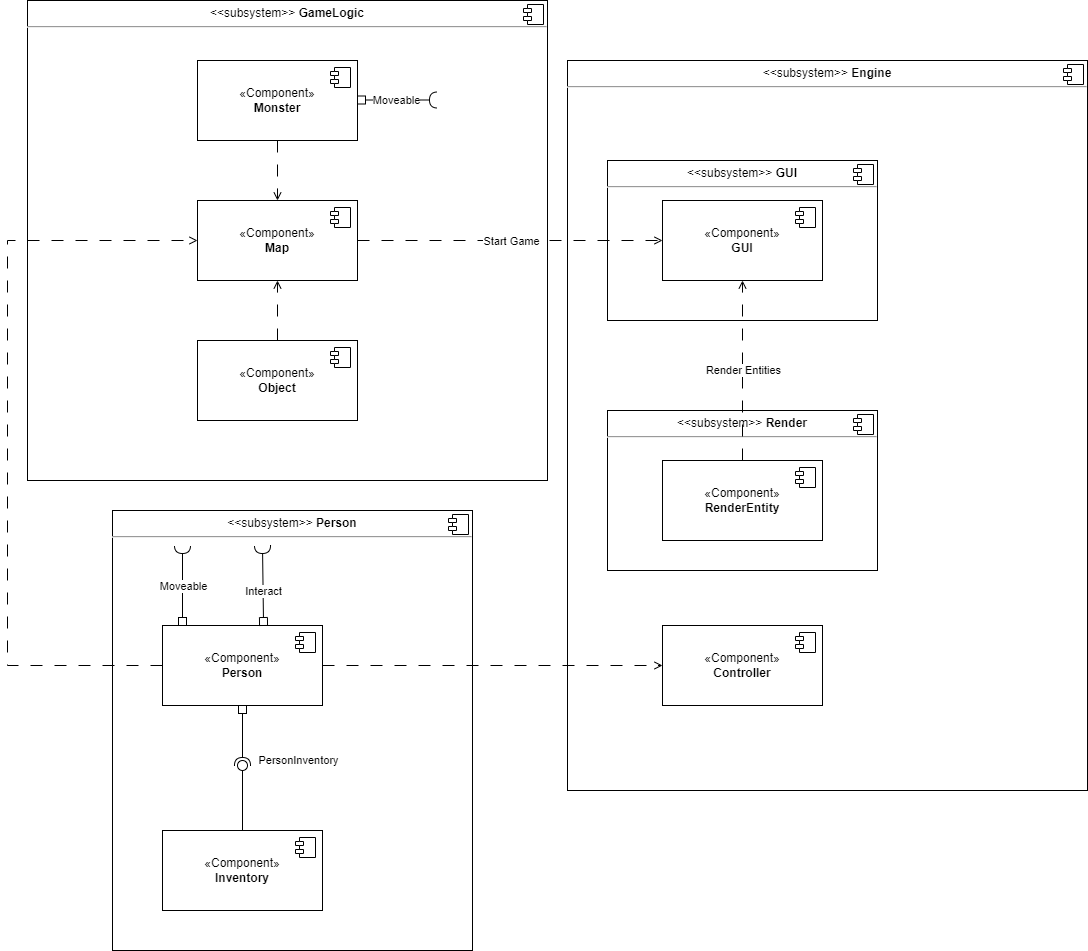
Earlier version of the draw.io export img/Roguelike-comp-diag.drawio.png (DaniilBel/Roguelike). Source tidied: cells renumbered, new cells last; positions are measured from the earlier drawing's top-left corner, leaving out a move shared by most shapes.
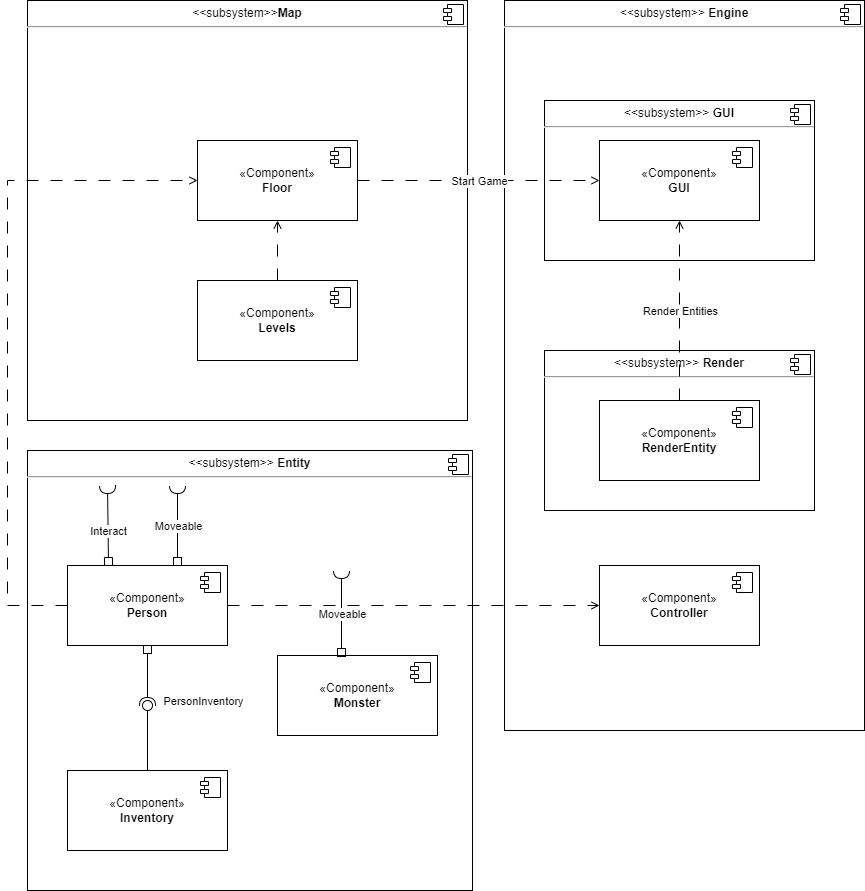
Later version of the same file.

Change to the diagram source:
```diff
@@ -3,23 +3,23 @@
     <mxCell id="0" />
     <mxCell id="1" parent="0" />
     <mxCell id="2" value="&lt;p style=&quot;margin:0px;margin-top:6px;text-align:center;&quot;&gt;&amp;lt;&amp;lt;subsystem&amp;gt;&amp;gt;&lt;b&gt;&amp;nbsp;Engine&lt;/b&gt;&lt;/p&gt;&lt;hr&gt;&lt;p style=&quot;margin:0px;margin-left:8px;&quot;&gt;&lt;br&gt;&lt;/p&gt;" style="align=left;overflow=fill;html=1;whiteSpace=wrap;" parent="1" vertex="1">
-      <mxGeometry x="560" y="60" width="520" height="730" as="geometry" />
+      <mxGeometry x="497" y="60" width="360" height="730" as="geometry" />
     </mxCell>
     <mxCell id="3" style="shape=component;jettyWidth=8;jettyHeight=4;" parent="2" vertex="1">
       <mxGeometry x="1" width="20" height="20" relative="1" as="geometry">
         <mxPoint x="-24" y="4" as="offset" />
       </mxGeometry>
     </mxCell>
-    <mxCell id="4" value="&lt;p style=&quot;margin:0px;margin-top:6px;text-align:center;&quot;&gt;&amp;lt;&amp;lt;subsystem&amp;gt;&amp;gt;&lt;b&gt; GameLogic&lt;/b&gt;&lt;/p&gt;&lt;hr&gt;&lt;p style=&quot;margin:0px;margin-left:8px;&quot;&gt;&lt;br&gt;&lt;/p&gt;" style="align=left;overflow=fill;html=1;whiteSpace=wrap;" parent="1" vertex="1">
-      <mxGeometry x="20" width="520" height="480" as="geometry" />
+    <mxCell id="4" value="&lt;p style=&quot;margin:0px;margin-top:6px;text-align:center;&quot;&gt;&amp;lt;&amp;lt;subsystem&amp;gt;&amp;gt;&lt;b&gt;Map&lt;/b&gt;&lt;/p&gt;&lt;hr&gt;&lt;p style=&quot;margin:0px;margin-left:8px;&quot;&gt;&lt;br&gt;&lt;/p&gt;" style="align=left;overflow=fill;html=1;whiteSpace=wrap;" parent="1" vertex="1">
+      <mxGeometry x="20" y="60" width="440" height="420" as="geometry" />
     </mxCell>
     <mxCell id="5" style="shape=component;jettyWidth=8;jettyHeight=4;" parent="4" vertex="1">
       <mxGeometry x="1" width="20" height="20" relative="1" as="geometry">
         <mxPoint x="-24" y="4" as="offset" />
       </mxGeometry>
     </mxCell>
-    <mxCell id="6" value="&lt;p style=&quot;margin:0px;margin-top:6px;text-align:center;&quot;&gt;&amp;lt;&amp;lt;subsystem&amp;gt;&amp;gt;&lt;b&gt;&amp;nbsp;Person&lt;/b&gt;&lt;/p&gt;&lt;hr&gt;&lt;p style=&quot;margin:0px;margin-left:8px;&quot;&gt;&lt;br&gt;&lt;/p&gt;" style="align=left;overflow=fill;html=1;whiteSpace=wrap;" parent="1" vertex="1">
-      <mxGeometry x="105" y="510" width="360" height="440" as="geometry" />
+    <mxCell id="6" value="&lt;p style=&quot;margin:0px;margin-top:6px;text-align:center;&quot;&gt;&amp;lt;&amp;lt;subsystem&amp;gt;&amp;gt;&lt;b&gt;&amp;nbsp;Entity&lt;/b&gt;&lt;/p&gt;&lt;hr&gt;&lt;p style=&quot;margin:0px;margin-left:8px;&quot;&gt;&lt;br&gt;&lt;/p&gt;" style="align=left;overflow=fill;html=1;whiteSpace=wrap;" parent="1" vertex="1">
+      <mxGeometry x="20" y="510" width="445" height="440" as="geometry" />
     </mxCell>
     <mxCell id="7" style="shape=component;jettyWidth=8;jettyHeight=4;" parent="6" vertex="1">
       <mxGeometry x="1" width="20" height="20" relative="1" as="geometry">
@@ -27,7 +27,7 @@
       </mxGeometry>
     </mxCell>
     <mxCell id="8" value="&lt;p style=&quot;margin:0px;margin-top:6px;text-align:center;&quot;&gt;&amp;lt;&amp;lt;subsystem&amp;gt;&amp;gt;&lt;b&gt; GUI&lt;/b&gt;&lt;/p&gt;&lt;hr&gt;&lt;p style=&quot;margin:0px;margin-left:8px;&quot;&gt;&lt;br&gt;&lt;/p&gt;" style="align=left;overflow=fill;html=1;whiteSpace=wrap;" parent="1" vertex="1">
-      <mxGeometry x="600" y="160" width="270" height="160" as="geometry" />
+      <mxGeometry x="537" y="160" width="270" height="160" as="geometry" />
     </mxCell>
     <mxCell id="9" style="shape=component;jettyWidth=8;jettyHeight=4;" parent="8" vertex="1">
       <mxGeometry x="1" width="20" height="20" relative="1" as="geometry">
@@ -35,34 +35,15 @@
       </mxGeometry>
     </mxCell>
     <mxCell id="10" style="group;" parent="1" vertex="1">
-      <mxGeometry x="145" y="545" width="170" height="170" as="geometry" />
+      <mxGeometry x="70" y="545" width="170" height="170" as="geometry" />
     </mxCell>
-    <mxCell id="11" value="«Component»&lt;br&gt;&lt;b&gt;Person&lt;/b&gt;" style="html=1;whiteSpace=wrap;" parent="10" vertex="1">
-      <mxGeometry x="10" y="80" width="160" height="80" as="geometry" />
-    </mxCell>
-    <mxCell id="12" style="shape=module;jettyWidth=8;jettyHeight=4;" parent="11" vertex="1">
-      <mxGeometry x="1" width="20" height="20" relative="1" as="geometry">
-        <mxPoint x="-27" y="7" as="offset" />
-      </mxGeometry>
-    </mxCell>
-    <mxCell id="13" style="rounded=0;orthogonalLoop=1;jettySize=auto;html=1;endArrow=halfCircle;endFill=0;endSize=6;strokeWidth=1;sketch=0;fontSize=12;curved=1;exitX=0.5;exitY=0;exitDx=0;exitDy=0;startArrow=box;startFill=0;" parent="10" edge="1">
-      <mxGeometry relative="1" as="geometry">
-        <mxPoint x="30" y="80" as="sourcePoint" />
-        <mxPoint x="30" as="targetPoint" />
-      </mxGeometry>
-    </mxCell>
-    <mxCell id="14" value="Moveable" style="edgeLabel;html=1;align=center;verticalAlign=middle;" parent="13" vertex="1">
-      <mxGeometry x="0.12" y="-2" relative="1" as="geometry">
-        <mxPoint x="-2" y="5" as="offset" />
-      </mxGeometry>
-    </mxCell>
     <mxCell id="15" style="ellipse;whiteSpace=wrap;html=1;align=center;fillColor=none;strokeColor=none;perimeter=centerPerimeter;" parent="10" vertex="1">
       <mxGeometry y="160" width="10" height="10" as="geometry" />
     </mxCell>
     <mxCell id="16" style="rounded=0;orthogonalLoop=1;jettySize=auto;html=1;endArrow=halfCircle;endFill=0;endSize=6;strokeWidth=1;sketch=0;fontSize=12;curved=1;exitX=0.794;exitY=0.025;exitDx=0;exitDy=0;startArrow=box;startFill=0;exitPerimeter=0;" parent="10" edge="1">
       <mxGeometry relative="1" as="geometry">
-        <mxPoint x="111" y="80" as="sourcePoint" />
-        <mxPoint x="110" as="targetPoint" />
+        <mxPoint x="31" y="80" as="sourcePoint" />
+        <mxPoint x="30" as="targetPoint" />
       </mxGeometry>
     </mxCell>
     <mxCell id="17" value="Interact" style="edgeLabel;html=1;align=center;verticalAlign=middle;" parent="16" vertex="1">
@@ -70,7 +51,18 @@
         <mxPoint y="11" as="offset" />
       </mxGeometry>
     </mxCell>
+    <mxCell id="13" style="rounded=0;orthogonalLoop=1;jettySize=auto;html=1;endArrow=halfCircle;endFill=0;endSize=6;strokeWidth=1;sketch=0;fontSize=12;curved=1;exitX=1;exitY=0;exitDx=0;exitDy=0;startArrow=box;startFill=0;" parent="10" edge="1">
+      <mxGeometry relative="1" as="geometry">
+        <mxPoint x="100" y="80" as="sourcePoint" />
+        <mxPoint x="100" as="targetPoint" />
+      </mxGeometry>
+    </mxCell>
+    <mxCell id="14" value="Moveable" style="edgeLabel;html=1;align=center;verticalAlign=middle;" parent="13" vertex="1">
+      <mxGeometry x="0.12" y="-2" relative="1" as="geometry">
+        <mxPoint x="-2" y="5" as="offset" />
+      </mxGeometry>
+    </mxCell>
-    <mxCell id="18" value="«Component»&lt;br&gt;&lt;b&gt;Map&lt;/b&gt;" style="html=1;whiteSpace=wrap;" parent="1" vertex="1">
+    <mxCell id="18" value="«Component»&lt;br&gt;&lt;b&gt;Floor&lt;/b&gt;" style="html=1;whiteSpace=wrap;" parent="1" vertex="1">
       <mxGeometry x="190" y="200" width="160" height="80" as="geometry" />
     </mxCell>
     <mxCell id="19" style="shape=module;jettyWidth=8;jettyHeight=4;" parent="18" vertex="1">
@@ -78,7 +70,7 @@
         <mxPoint x="-27" y="7" as="offset" />
       </mxGeometry>
     </mxCell>
-    <mxCell id="20" value="«Component»&lt;br&gt;&lt;b&gt;Object&lt;/b&gt;" style="html=1;whiteSpace=wrap;" parent="1" vertex="1">
+    <mxCell id="20" value="«Component»&lt;br&gt;&lt;b&gt;Levels&lt;/b&gt;" style="html=1;whiteSpace=wrap;" parent="1" vertex="1">
       <mxGeometry x="190" y="340" width="160" height="80" as="geometry" />
     </mxCell>
     <mxCell id="21" style="shape=module;jettyWidth=8;jettyHeight=4;" parent="20" vertex="1">
@@ -86,30 +78,11 @@
         <mxPoint x="-27" y="7" as="offset" />
       </mxGeometry>
     </mxCell>
-    <mxCell id="22" value="«Component»&lt;br&gt;&lt;b&gt;Monster&lt;/b&gt;" style="html=1;whiteSpace=wrap;" parent="1" vertex="1">
-      <mxGeometry x="190" y="60" width="160" height="80" as="geometry" />
-    </mxCell>
-    <mxCell id="23" style="shape=module;jettyWidth=8;jettyHeight=4;" parent="22" vertex="1">
-      <mxGeometry x="1" width="20" height="20" relative="1" as="geometry">
-        <mxPoint x="-27" y="7" as="offset" />
-      </mxGeometry>
-    </mxCell>
-    <mxCell id="24" style="rounded=0;orthogonalLoop=1;jettySize=auto;html=1;endArrow=halfCircle;endFill=0;endSize=6;strokeWidth=1;sketch=0;fontSize=12;curved=1;startArrow=box;startFill=0;" parent="1" edge="1">
-      <mxGeometry relative="1" as="geometry">
-        <mxPoint x="350" y="99.5" as="sourcePoint" />
-        <mxPoint x="430" y="99.5" as="targetPoint" />
-      </mxGeometry>
-    </mxCell>
-    <mxCell id="25" value="Moveable" style="edgeLabel;html=1;align=center;verticalAlign=middle;" parent="24" vertex="1">
-      <mxGeometry x="0.07" y="-3" relative="1" as="geometry">
-        <mxPoint x="-4" y="-3" as="offset" />
-      </mxGeometry>
-    </mxCell>
     <mxCell id="26" style="ellipse;whiteSpace=wrap;html=1;align=center;fillColor=none;strokeColor=none;perimeter=centerPerimeter;" parent="1" vertex="1">
       <mxGeometry x="95" y="870" width="10" height="10" as="geometry" />
     </mxCell>
     <mxCell id="27" value="«Component»&lt;br&gt;&lt;b&gt;Inventory&lt;/b&gt;" style="html=1;whiteSpace=wrap;" parent="1" vertex="1">
-      <mxGeometry x="155" y="830" width="160" height="80" as="geometry" />
+      <mxGeometry x="60" y="830" width="160" height="80" as="geometry" />
     </mxCell>
     <mxCell id="28" style="shape=module;jettyWidth=8;jettyHeight=4;" parent="27" vertex="1">
       <mxGeometry x="1" width="20" height="20" relative="1" as="geometry">
@@ -117,7 +90,7 @@
       </mxGeometry>
     </mxCell>
     <mxCell id="29" value="«Component»&lt;br&gt;&lt;b&gt;GUI&lt;/b&gt;" style="html=1;whiteSpace=wrap;" parent="1" vertex="1">
-      <mxGeometry x="655" y="200" width="160" height="80" as="geometry" />
+      <mxGeometry x="592" y="200" width="160" height="80" as="geometry" />
     </mxCell>
     <mxCell id="30" style="shape=module;jettyWidth=8;jettyHeight=4;" parent="29" vertex="1">
       <mxGeometry x="1" width="20" height="20" relative="1" as="geometry">
@@ -142,11 +115,8 @@
       </mxGeometry>
     </mxCell>
     <mxCell id="36" style="ellipse;whiteSpace=wrap;html=1;align=center;fillColor=none;strokeColor=none;perimeter=centerPerimeter;points=[];outlineConnect=1;" parent="1" vertex="1">
-      <mxGeometry x="230" y="760" width="10" height="10" as="geometry" />
+      <mxGeometry x="135" y="760" width="10" height="10" as="geometry" />
     </mxCell>
-    <mxCell id="37" style="endArrow=open;html=1;rounded=0;exitX=0.5;exitY=1;exitDx=0;exitDy=0;entryX=0.5;entryY=0;entryDx=0;entryDy=0;dashed=1;dashPattern=12 12;endFill=0;" parent="1" edge="1" source="22" target="18">
-      <mxGeometry relative="1" as="geometry" />
-    </mxCell>
     <mxCell id="38" style="endArrow=open;html=1;rounded=0;exitX=0.5;exitY=0;exitDx=0;exitDy=0;entryX=0.5;entryY=1;entryDx=0;entryDy=0;dashed=1;dashPattern=12 12;endFill=0;" parent="1" edge="1" source="20" target="18">
       <mxGeometry relative="1" as="geometry" />
     </mxCell>
@@ -159,7 +129,7 @@
       </mxGeometry>
     </mxCell>
     <mxCell id="40" value="&lt;p style=&quot;margin:0px;margin-top:6px;text-align:center;&quot;&gt;&amp;lt;&amp;lt;subsystem&amp;gt;&amp;gt;&lt;b&gt;&amp;nbsp;Render&lt;/b&gt;&lt;/p&gt;&lt;hr&gt;&lt;p style=&quot;margin:0px;margin-left:8px;&quot;&gt;&lt;br&gt;&lt;/p&gt;" style="align=left;overflow=fill;html=1;whiteSpace=wrap;" parent="1" vertex="1">
-      <mxGeometry x="600" y="410" width="270" height="160" as="geometry" />
+      <mxGeometry x="537" y="410" width="270" height="160" as="geometry" />
     </mxCell>
     <mxCell id="41" style="shape=component;jettyWidth=8;jettyHeight=4;" parent="40" vertex="1">
       <mxGeometry x="1" width="20" height="20" relative="1" as="geometry">
@@ -167,7 +137,7 @@
       </mxGeometry>
     </mxCell>
     <mxCell id="42" value="«Component»&lt;br&gt;&lt;b&gt;RenderEntity&lt;/b&gt;" style="html=1;whiteSpace=wrap;" parent="1" vertex="1">
-      <mxGeometry x="655" y="460" width="160" height="80" as="geometry" />
+      <mxGeometry x="592" y="460" width="160" height="80" as="geometry" />
     </mxCell>
     <mxCell id="43" style="shape=module;jettyWidth=8;jettyHeight=4;" parent="42" vertex="1">
       <mxGeometry x="1" width="20" height="20" relative="1" as="geometry">
@@ -181,7 +151,7 @@
       <mxGeometry relative="1" as="geometry" />
     </mxCell>
     <mxCell id="46" value="«Component»&lt;br&gt;&lt;b&gt;Controller&lt;/b&gt;" style="html=1;whiteSpace=wrap;" parent="1" vertex="1">
-      <mxGeometry x="655" y="625" width="160" height="80" as="geometry" />
+      <mxGeometry x="592" y="625" width="160" height="80" as="geometry" />
     </mxCell>
     <mxCell id="47" style="shape=module;jettyWidth=8;jettyHeight=4;" parent="46" vertex="1">
       <mxGeometry x="1" width="20" height="20" relative="1" as="geometry">
@@ -191,5 +161,31 @@
     <mxCell id="48" style="endArrow=open;html=1;rounded=0;exitX=1;exitY=0.5;exitDx=0;exitDy=0;entryX=0;entryY=0.5;entryDx=0;entryDy=0;dashed=1;dashPattern=12 12;endFill=0;" parent="1" edge="1" source="11" target="46">
       <mxGeometry relative="1" as="geometry" />
     </mxCell>
+    <mxCell id="22" value="«Component»&lt;br&gt;&lt;b&gt;Monster&lt;/b&gt;" style="html=1;whiteSpace=wrap;" parent="1" vertex="1">
+      <mxGeometry x="270" y="715" width="160" height="80" as="geometry" />
+    </mxCell>
+    <mxCell id="49" style="shape=module;jettyWidth=8;jettyHeight=4;" parent="22" vertex="1">
+      <mxGeometry x="1" width="20" height="20" relative="1" as="geometry">
+        <mxPoint x="-27" y="7" as="offset" />
+      </mxGeometry>
+    </mxCell>
+    <mxCell id="11" value="«Component»&lt;br&gt;&lt;b&gt;Person&lt;/b&gt;" style="html=1;whiteSpace=wrap;" parent="1" vertex="1">
+      <mxGeometry x="60" y="625" width="160" height="80" as="geometry" />
+    </mxCell>
+    <mxCell id="12" style="shape=module;jettyWidth=8;jettyHeight=4;" parent="11" vertex="1">
+      <mxGeometry x="1" width="20" height="20" relative="1" as="geometry">
+        <mxPoint x="-27" y="7" as="offset" />
+      </mxGeometry>
+    </mxCell>
+    <mxCell id="50" style="rounded=0;jettySize=auto;html=1;endArrow=halfCircle;endFill=0;endSize=6;strokeWidth=1;sketch=0;fontSize=12;curved=1;exitX=0.4;exitY=0.013;exitDx=0;exitDy=0;startArrow=box;startFill=0;exitPerimeter=0;" parent="1" edge="1" source="22">
+      <mxGeometry relative="1" as="geometry">
+        <mxPoint x="334" y="630" as="targetPoint" />
+      </mxGeometry>
+    </mxCell>
+    <mxCell id="25" value="Moveable" style="edgeLabel;html=1;align=center;verticalAlign=middle;" parent="50" vertex="1">
+      <mxGeometry x="0.12" y="-2" relative="1" as="geometry">
+        <mxPoint x="-2" y="5" as="offset" />
+      </mxGeometry>
+    </mxCell>
   </root>
 </mxGraphModel>
```
